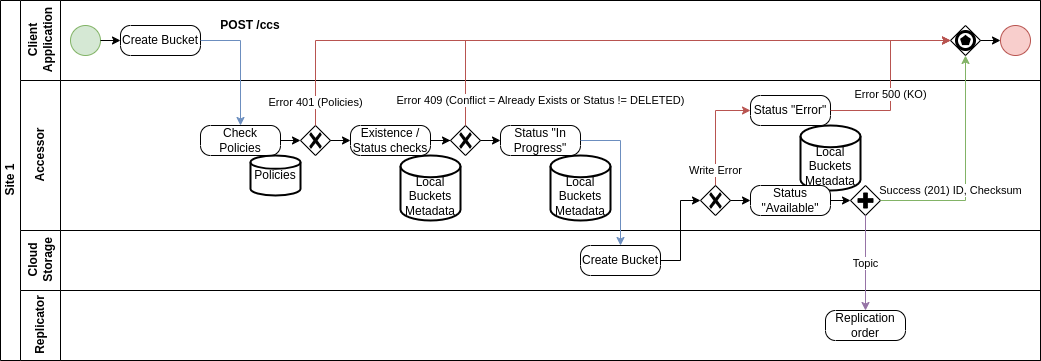
This is ccs-doc/src/source/images/clone-cloud-store-diagram-Accessor-Bucket-Create.drawio.png from fredericBregier/clone-cloud-store, a draw.io export, as it was before one commit. Source tidied: cells renumbered, new cells last; positions are measured from the earlier drawing's top-left corner, leaving out a move shared by most shapes.
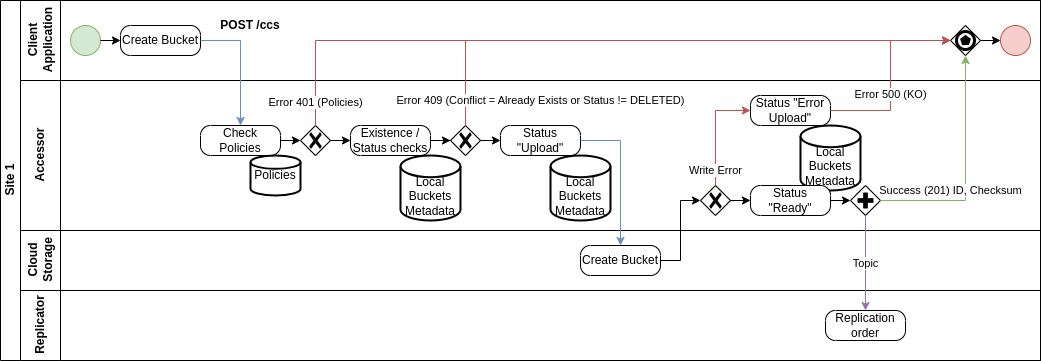
Later version of the same file.

Diff of the diagram source:
```diff
@@ -56,7 +56,7 @@
     <mxCell id="19" style="points=[[0.25,0.25,0],[0.5,0,0],[0.75,0.25,0],[1,0.5,0],[0.75,0.75,0],[0.5,1,0],[0.25,0.75,0],[0,0.5,0]];shape=mxgraph.bpmn.gateway2;html=1;verticalLabelPosition=bottom;labelBackgroundColor=#ffffff;verticalAlign=top;align=center;perimeter=rhombusPerimeter;outlineConnect=0;outline=none;symbol=none;gwType=exclusive;" parent="11" vertex="1">
       <mxGeometry x="430" y="45" width="30" height="30" as="geometry" />
     </mxCell>
-    <mxCell id="20" value="Status &quot;In Progress&quot;" style="points=[[0.25,0,0],[0.5,0,0],[0.75,0,0],[1,0.25,0],[1,0.5,0],[1,0.75,0],[0.75,1,0],[0.5,1,0],[0.25,1,0],[0,0.75,0],[0,0.5,0],[0,0.25,0]];shape=mxgraph.bpmn.task;whiteSpace=wrap;rectStyle=rounded;size=10;html=1;taskMarker=abstract;" parent="11" vertex="1">
+    <mxCell id="20" value="Status &quot;Upload&quot;" style="points=[[0.25,0,0],[0.5,0,0],[0.75,0,0],[1,0.25,0],[1,0.5,0],[1,0.75,0],[0.75,1,0],[0.5,1,0],[0.25,1,0],[0,0.75,0],[0,0.5,0],[0,0.25,0]];shape=mxgraph.bpmn.task;whiteSpace=wrap;rectStyle=rounded;size=10;html=1;taskMarker=abstract;" parent="11" vertex="1">
       <mxGeometry x="480" y="45" width="80" height="30" as="geometry" />
     </mxCell>
     <mxCell id="21" style="edgeStyle=orthogonalEdgeStyle;rounded=0;jettySize=auto;html=1;exitX=1;exitY=0.5;exitDx=0;exitDy=0;exitPerimeter=0;entryX=0;entryY=0.5;entryDx=0;entryDy=0;entryPerimeter=0;" parent="11" edge="1" source="19" target="20">
@@ -68,13 +68,13 @@
     <mxCell id="23" style="points=[[0.25,0.25,0],[0.5,0,0],[0.75,0.25,0],[1,0.5,0],[0.75,0.75,0],[0.5,1,0],[0.25,0.75,0],[0,0.5,0]];shape=mxgraph.bpmn.gateway2;html=1;verticalLabelPosition=bottom;labelBackgroundColor=#ffffff;verticalAlign=top;align=center;perimeter=rhombusPerimeter;outlineConnect=0;outline=none;symbol=none;gwType=exclusive;" parent="11" vertex="1">
       <mxGeometry x="680" y="105" width="30" height="30" as="geometry" />
     </mxCell>
-    <mxCell id="24" value="Status &quot;Available&quot;" style="points=[[0.25,0,0],[0.5,0,0],[0.75,0,0],[1,0.25,0],[1,0.5,0],[1,0.75,0],[0.75,1,0],[0.5,1,0],[0.25,1,0],[0,0.75,0],[0,0.5,0],[0,0.25,0]];shape=mxgraph.bpmn.task;whiteSpace=wrap;rectStyle=rounded;size=10;html=1;taskMarker=abstract;" parent="11" vertex="1">
+    <mxCell id="24" value="Status &quot;Ready&quot;" style="points=[[0.25,0,0],[0.5,0,0],[0.75,0,0],[1,0.25,0],[1,0.5,0],[1,0.75,0],[0.75,1,0],[0.5,1,0],[0.25,1,0],[0,0.75,0],[0,0.5,0],[0,0.25,0]];shape=mxgraph.bpmn.task;whiteSpace=wrap;rectStyle=rounded;size=10;html=1;taskMarker=abstract;" parent="11" vertex="1">
       <mxGeometry x="730" y="105" width="80" height="30" as="geometry" />
     </mxCell>
     <mxCell id="25" style="edgeStyle=orthogonalEdgeStyle;rounded=0;jettySize=auto;html=1;exitX=1;exitY=0.5;exitDx=0;exitDy=0;exitPerimeter=0;entryX=0;entryY=0.5;entryDx=0;entryDy=0;entryPerimeter=0;" parent="11" edge="1" source="23" target="24">
       <mxGeometry relative="1" as="geometry" />
     </mxCell>
-    <mxCell id="26" value="Status &quot;Error&quot;" style="points=[[0.25,0,0],[0.5,0,0],[0.75,0,0],[1,0.25,0],[1,0.5,0],[1,0.75,0],[0.75,1,0],[0.5,1,0],[0.25,1,0],[0,0.75,0],[0,0.5,0],[0,0.25,0]];shape=mxgraph.bpmn.task;whiteSpace=wrap;rectStyle=rounded;size=10;html=1;taskMarker=abstract;" parent="11" vertex="1">
+    <mxCell id="26" value="Status &quot;Error Upload&quot;" style="points=[[0.25,0,0],[0.5,0,0],[0.75,0,0],[1,0.25,0],[1,0.5,0],[1,0.75,0],[0.75,1,0],[0.5,1,0],[0.25,1,0],[0,0.75,0],[0,0.5,0],[0,0.25,0]];shape=mxgraph.bpmn.task;whiteSpace=wrap;rectStyle=rounded;size=10;html=1;taskMarker=abstract;" parent="11" vertex="1">
       <mxGeometry x="730" y="15" width="80" height="30" as="geometry" />
     </mxCell>
     <mxCell id="27" style="points=[[0.25,0.25,0],[0.5,0,0],[0.75,0.25,0],[1,0.5,0],[0.75,0.75,0],[0.5,1,0],[0.25,0.75,0],[0,0.5,0]];shape=mxgraph.bpmn.gateway2;html=1;verticalLabelPosition=bottom;labelBackgroundColor=#ffffff;verticalAlign=top;align=center;perimeter=rhombusPerimeter;outlineConnect=0;outline=none;symbol=none;gwType=parallel;" parent="11" vertex="1">
```
